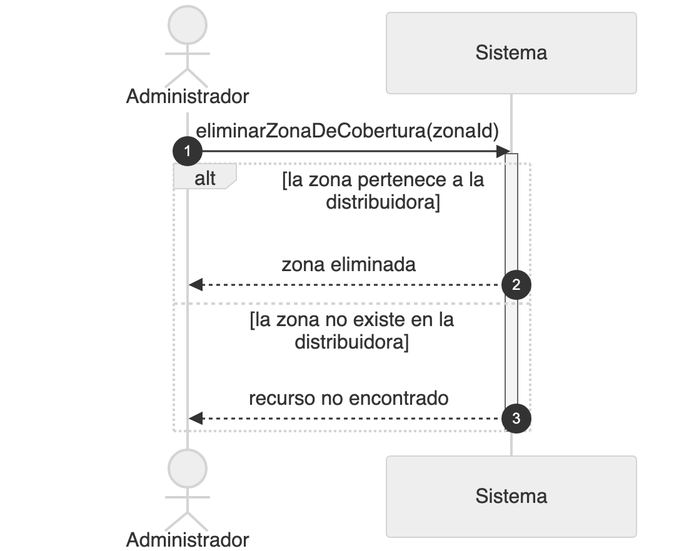
This is diagramas/png/DSS_CU-059_Eliminar-Zona-De-Cobertura.png from Nahuelito-Dev/splg-docs, a Mermaid export, as it was before one commit. Its source is kept beside it as diagramas/DSS_CU-059_Eliminar-Zona-De-Cobertura.mmd. Source of this version:
```mermaid
sequenceDiagram
    title DSS — CU-059 Eliminar Zona De Cobertura
    autonumber
    actor ADM as Administrador
    participant SIS as Sistema

    ADM->>SIS: eliminarZonaDeCobertura(zonaId)
    activate SIS
    alt la zona pertenece a la distribuidora
        SIS-->>ADM: zona dada de baja (baja lógica, deja de contar para la cobertura)
    else la zona no existe en la distribuidora
        SIS-->>ADM: recurso no encontrado
    end
    deactivate SIS
```
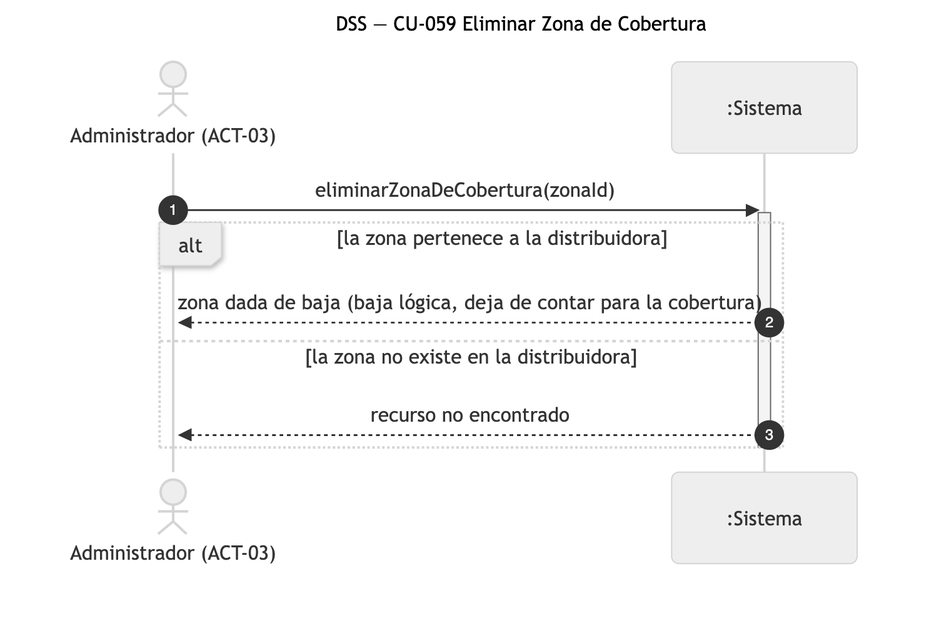
After the commit.

Change to the diagram source:
```diff
@@ -1,8 +1,8 @@
 sequenceDiagram
-    title DSS — CU-059 Eliminar Zona De Cobertura
+    title DSS — CU-059 Eliminar Zona de Cobertura
     autonumber
-    actor ADM as Administrador
-    participant SIS as Sistema
+    actor ADM as Administrador (ACT-03)
+    participant SIS as :Sistema
 
     ADM->>SIS: eliminarZonaDeCobertura(zonaId)
     activate SIS
```
